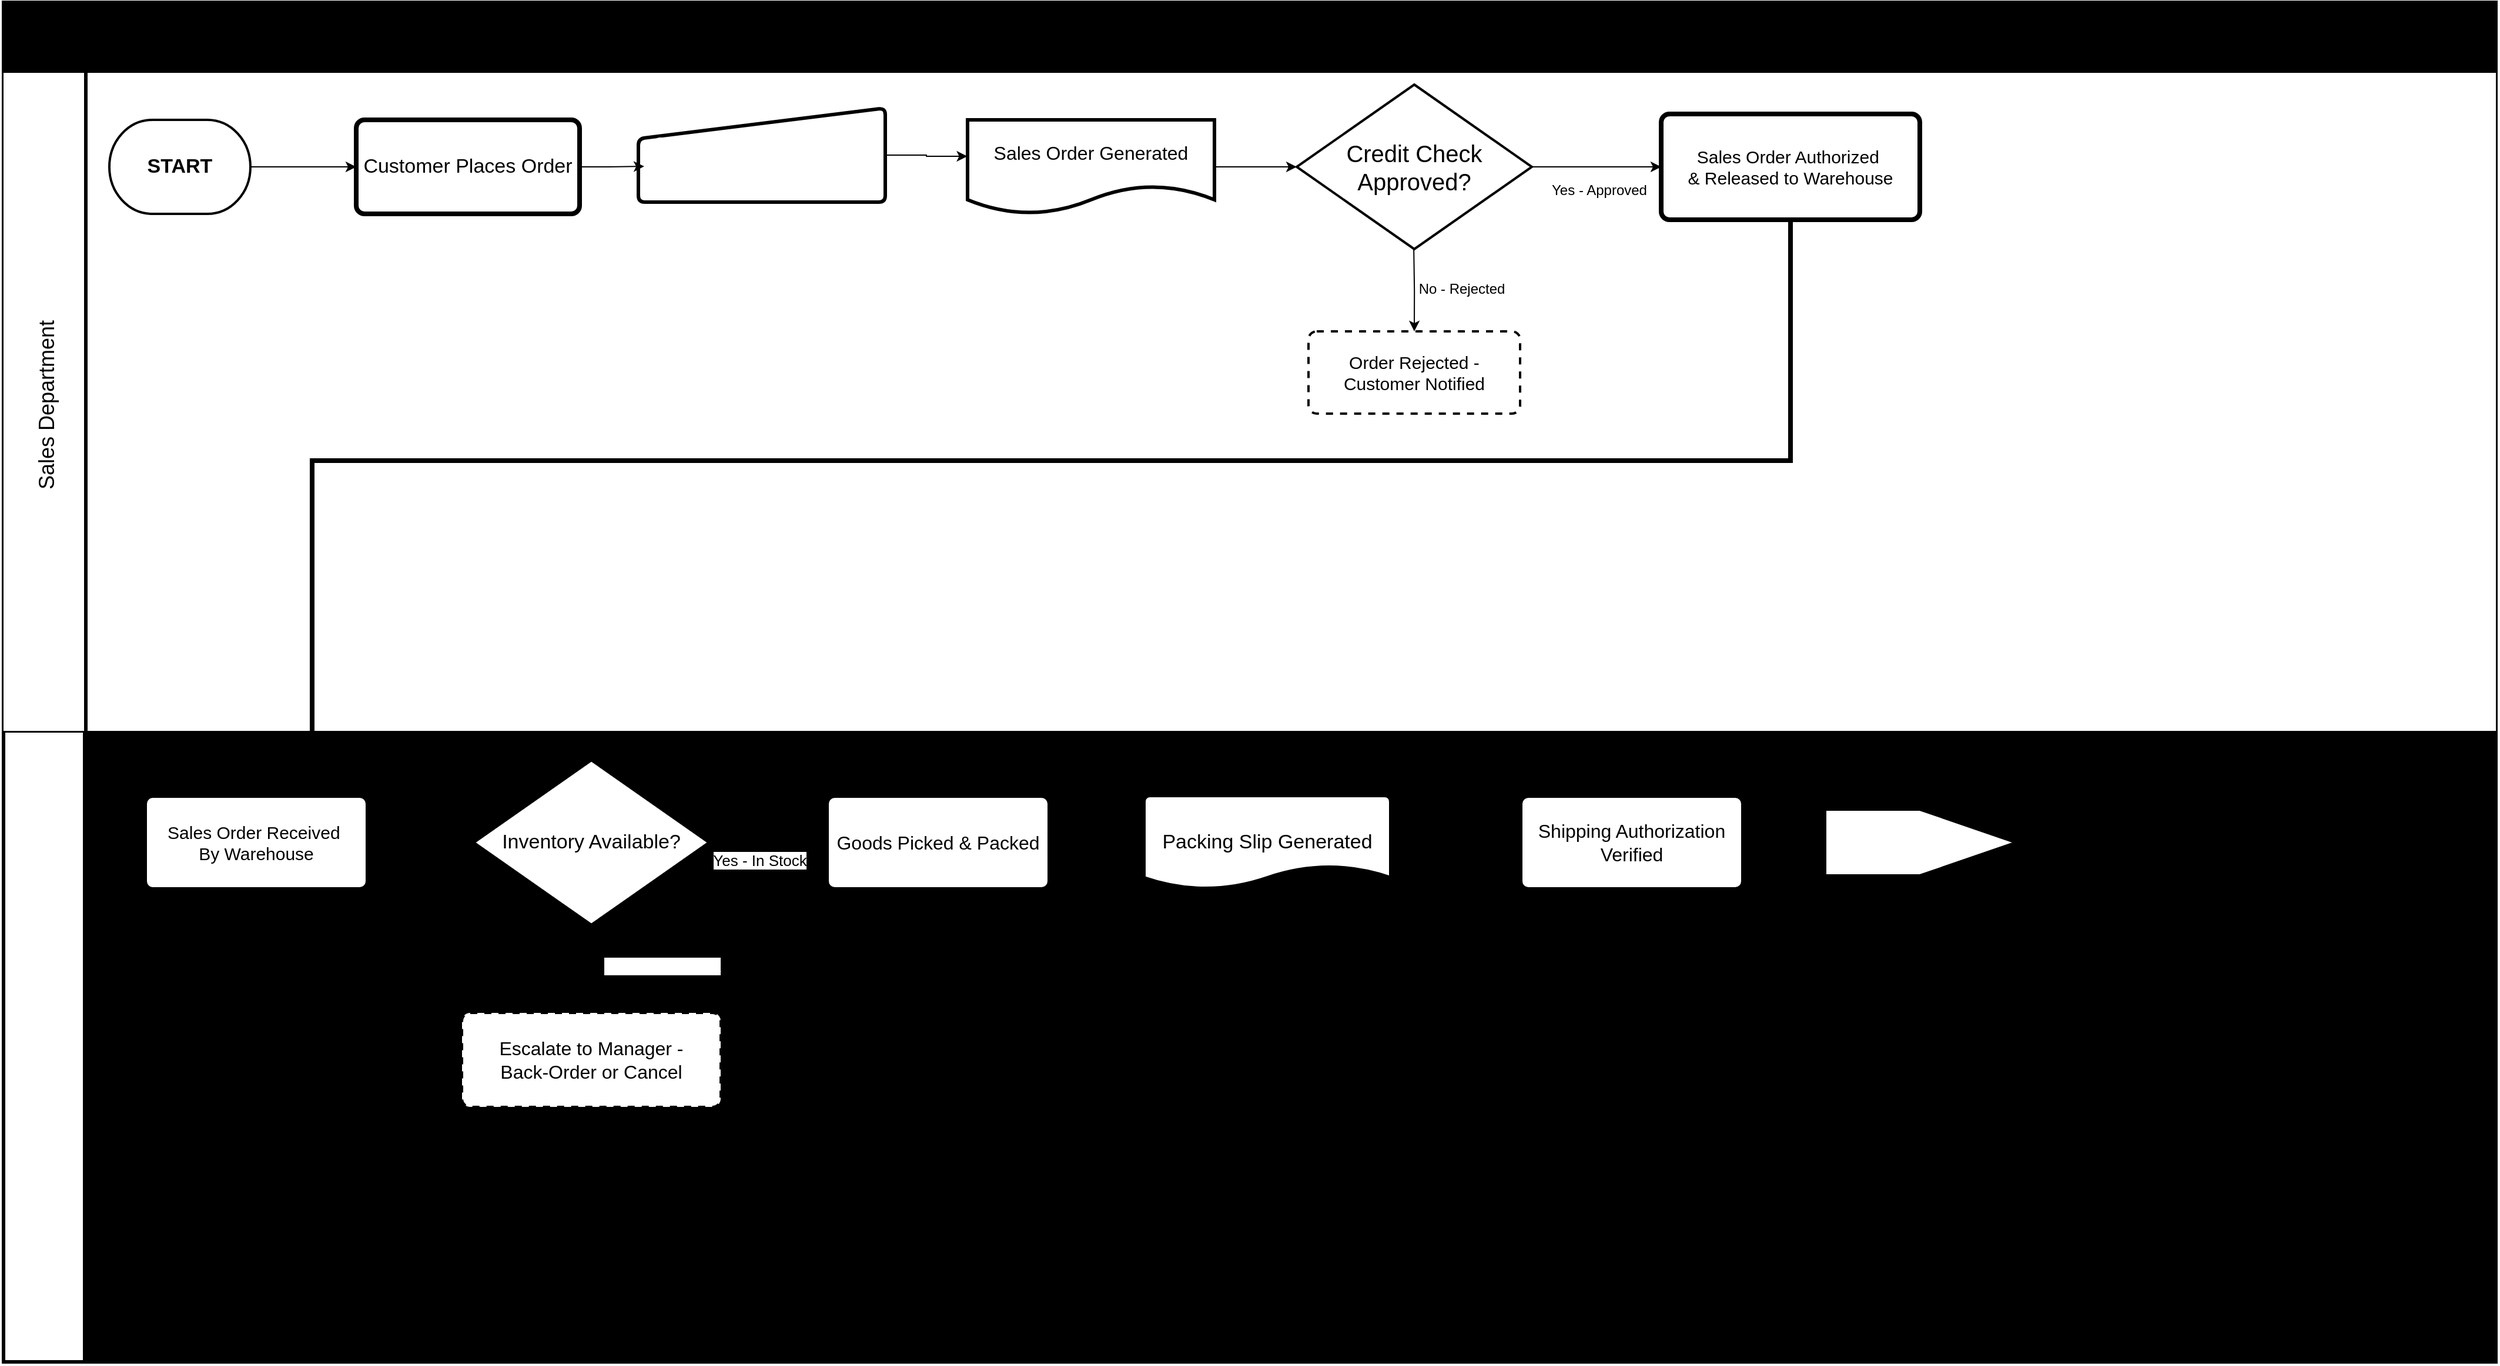
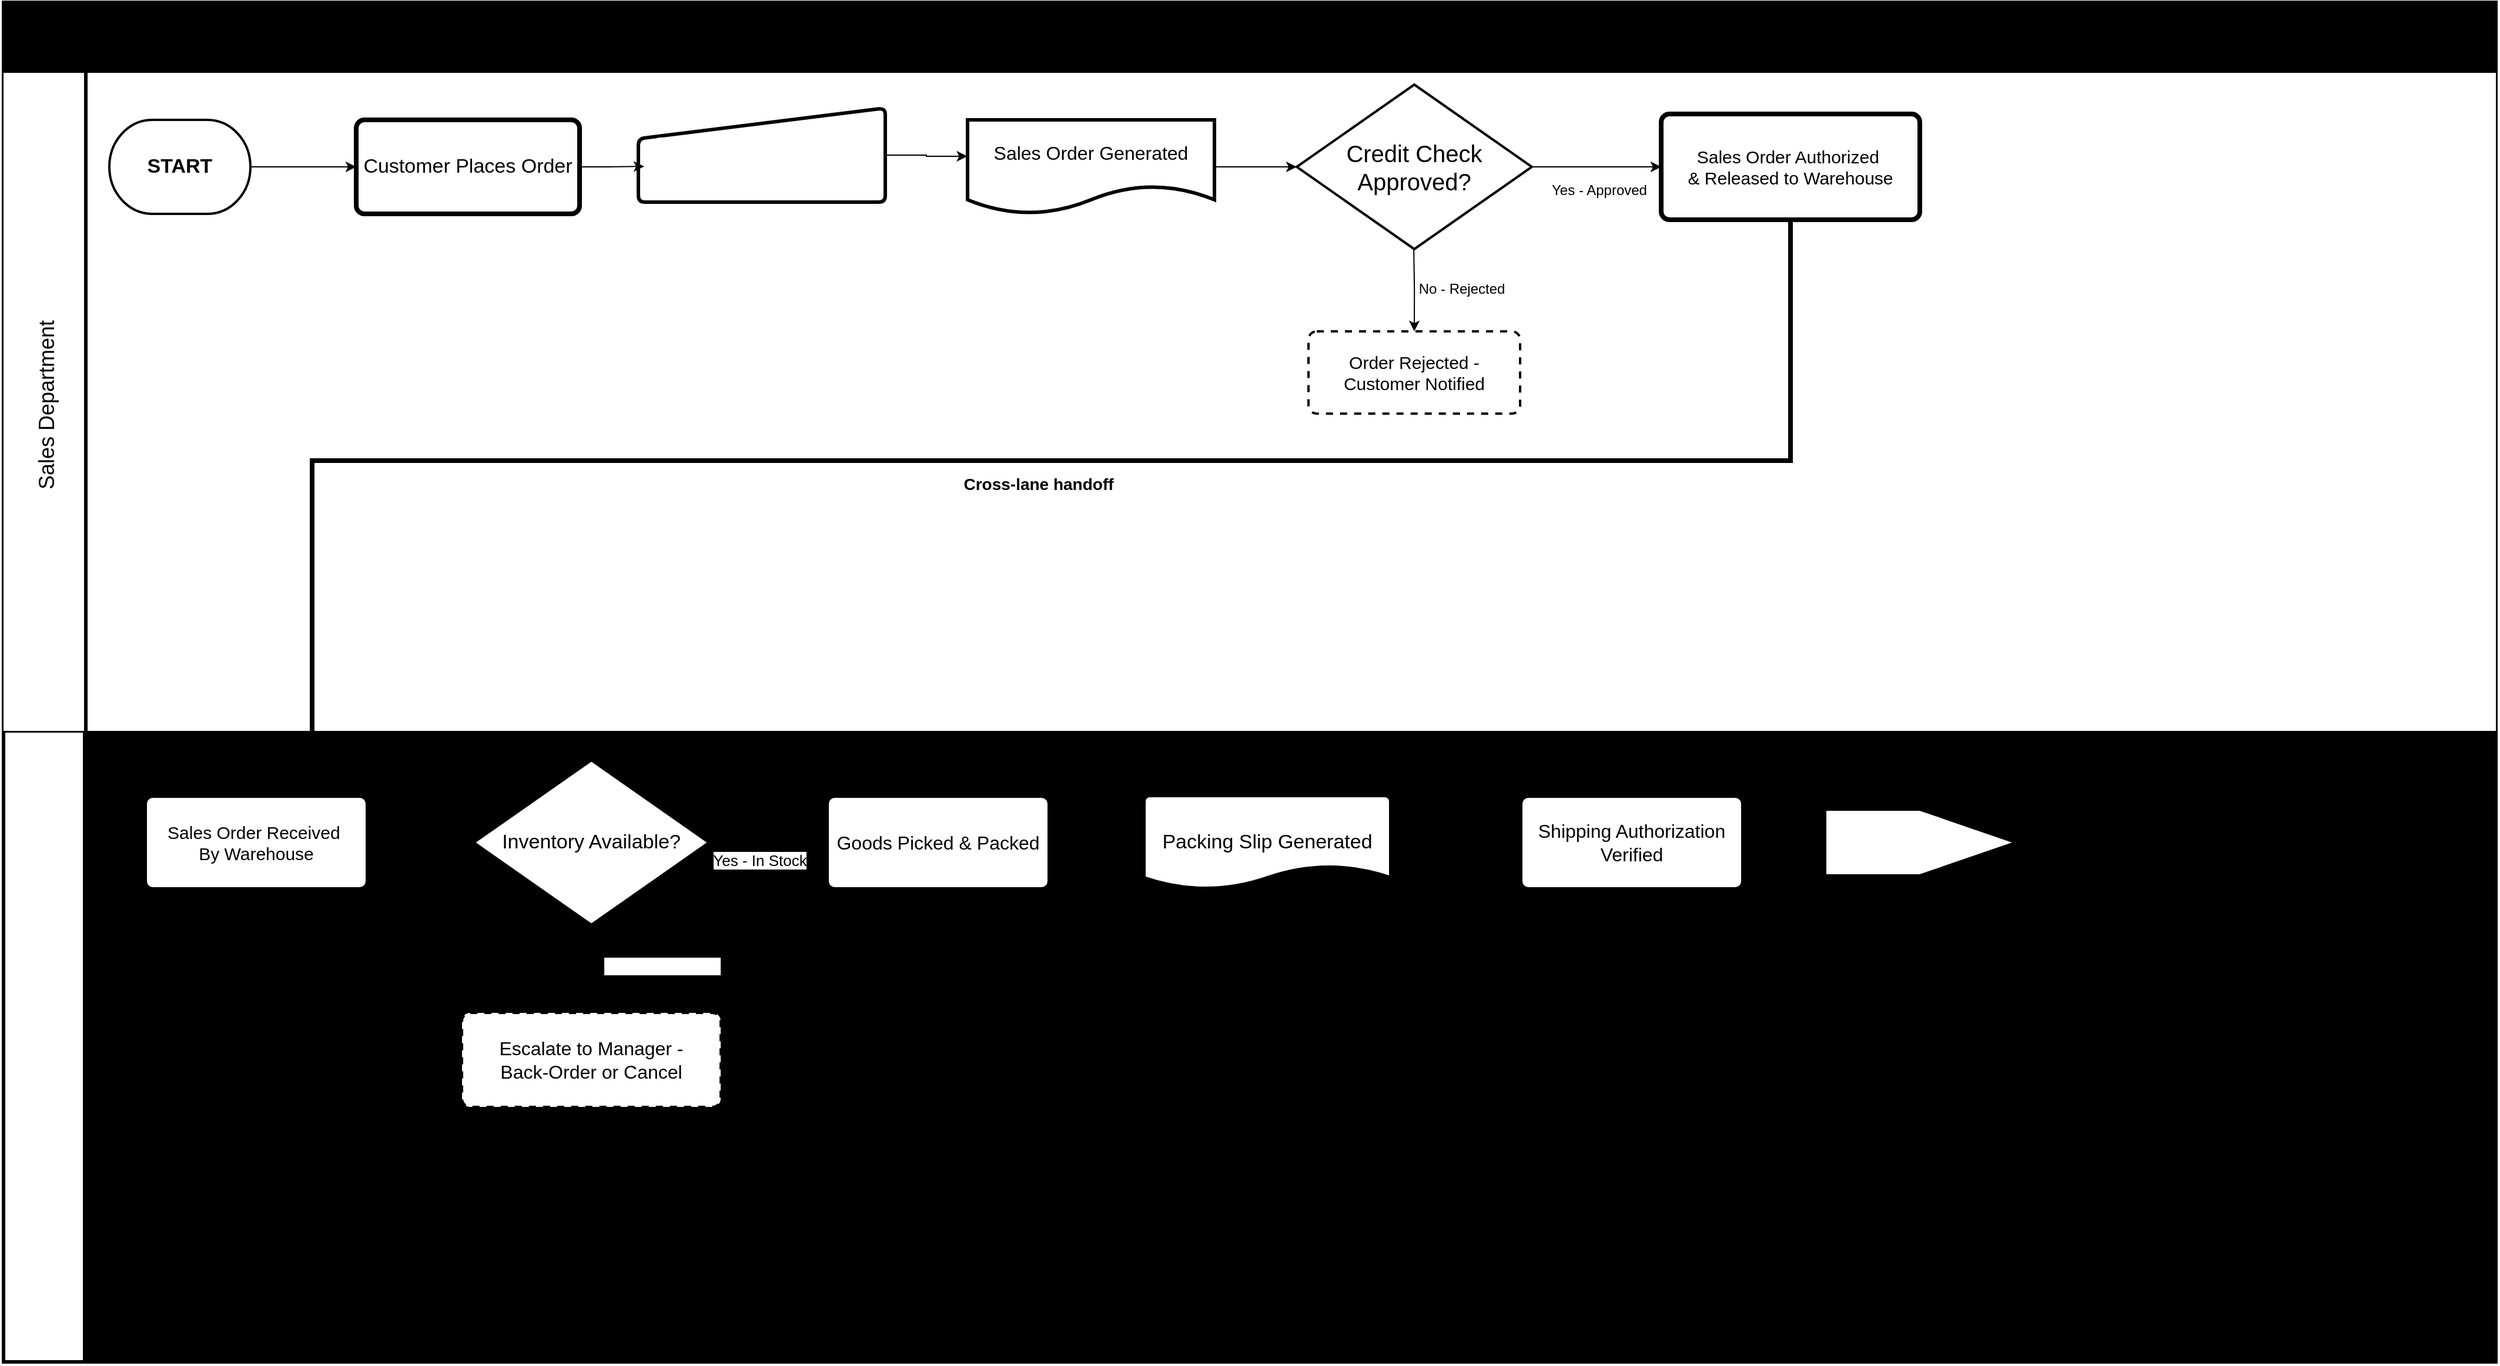
<mxfile host="app.diagrams.net" pages="2">
  <diagram name="Page-1" id="JuwPx92q4KAnNjeC5ImY">
    <mxGraphModel dx="9302" dy="6952" grid="1" gridSize="10" guides="1" tooltips="1" connect="1" arrows="1" fold="1" page="1" pageScale="1" pageWidth="1100" pageHeight="850" math="0" shadow="0">
      <root>
        <mxCell id="0" />
        <mxCell id="1" parent="0" />
        <mxCell id="NQ8u1UKUMeSrLokraIQ_-5" parent="1" style="shape=table;childLayout=tableLayout;startSize=60;collapsible=0;recursiveResize=0;expand=0;fontSize=23;fontColor=light-dark(#000000,#FF8000);fontStyle=1;labelBackgroundColor=none;labelBorderColor=none;fillColor=light-dark(#000000,#1A1A1A);strokeWidth=3;direction=east;perimeterSpacing=2;strokeColor=light-dark(#000000,#FFFFFF);" value="Kissena Bakery — Revenue Cycle (Order-to-Cash)" vertex="1">
          <mxGeometry height="1157" width="2120" x="-7660" y="-5930" as="geometry" />
        </mxCell>
        <mxCell id="NQ8u1UKUMeSrLokraIQ_-6" parent="NQ8u1UKUMeSrLokraIQ_-5" style="shape=tableRow;horizontal=0;swimlaneHead=0;swimlaneBody=0;top=0;left=0;strokeColor=inherit;bottom=0;right=0;dropTarget=0;fontStyle=0;fillColor=light-dark(#FFFFFF,#009900);points=[[0,0.5],[1,0.5]];portConstraint=eastwest;startSize=70;collapsible=0;recursiveResize=0;expand=0;fontSize=18;strokeWidth=3;labelBorderColor=none;rounded=0;swimlaneLine=1;swimlaneFillColor=light-dark(#FFFFFF,#000000);" value="Sales Department " vertex="1">
          <mxGeometry height="560" width="2120" y="60" as="geometry" />
        </mxCell>
        <mxCell id="NQ8u1UKUMeSrLokraIQ_-7" parent="NQ8u1UKUMeSrLokraIQ_-6" style="swimlane;swimlaneHead=0;swimlaneBody=0;fontStyle=0;strokeColor=inherit;connectable=0;fillColor=light-dark(transparent,#FFF4C3);startSize=0;collapsible=0;recursiveResize=0;expand=0;fontSize=16;fontColor=light-dark(#000000,#000000);strokeWidth=4;" value="" vertex="1">
          <mxGeometry height="560" width="2050" x="70" as="geometry">
            <mxRectangle height="560" width="2050" as="alternateBounds" />
          </mxGeometry>
        </mxCell>
        <mxCell id="NQ8u1UKUMeSrLokraIQ_-40" edge="1" parent="NQ8u1UKUMeSrLokraIQ_-7" source="NQ8u1UKUMeSrLokraIQ_-38" style="edgeStyle=orthogonalEdgeStyle;rounded=0;orthogonalLoop=1;jettySize=auto;html=1;exitX=1;exitY=0.5;exitDx=0;exitDy=0;exitPerimeter=0;entryX=0;entryY=0.5;entryDx=0;entryDy=0;" target="NQ8u1UKUMeSrLokraIQ_-39">
          <mxGeometry relative="1" as="geometry" />
        </mxCell>
        <mxCell id="NQ8u1UKUMeSrLokraIQ_-38" parent="NQ8u1UKUMeSrLokraIQ_-7" style="strokeWidth=2;html=1;shape=mxgraph.flowchart.terminator;whiteSpace=wrap;fillColor=light-dark(#FFFFFF,#99FF99);strokeColor=light-dark(#000000,#009900);" value="&lt;b&gt;&lt;font style=&quot;font-size: 17px; color: light-dark(rgb(0, 0, 0), rgb(0, 0, 0));&quot;&gt;START&lt;/font&gt;&lt;/b&gt;" vertex="1">
          <mxGeometry height="80" width="120" x="20" y="40" as="geometry" />
        </mxCell>
        <mxCell id="NQ8u1UKUMeSrLokraIQ_-39" parent="NQ8u1UKUMeSrLokraIQ_-7" style="rounded=1;whiteSpace=wrap;html=1;absoluteArcSize=1;arcSize=14;strokeWidth=4;fillColor=light-dark(#FFFFFF,#FFF2CC);strokeColor=light-dark(#000000,#6600CC);" value="&lt;font style=&quot;font-size: 17px; color: light-dark(rgb(0, 0, 0), rgb(0, 0, 0));&quot;&gt;Customer Places Order&lt;/font&gt;" vertex="1">
          <mxGeometry height="80" width="190" x="230" y="40" as="geometry" />
        </mxCell>
        <mxCell id="NQ8u1UKUMeSrLokraIQ_-42" parent="NQ8u1UKUMeSrLokraIQ_-7" style="html=1;strokeWidth=3;shape=manualInput;boundedLbl=1;whiteSpace=wrap;rounded=1;size=26;arcSize=11;fillColor=light-dark(#FFFFFF,#CCE5FF);strokeColor=light-dark(#000000,#3399FF);fontColor=light-dark(#000000,#000000);" value="&lt;font style=&quot;color: light-dark(rgb(255, 255, 255), rgb(0, 0, 0)); font-size: 16px;&quot;&gt;Order Details Entered into System&lt;/font&gt;" vertex="1">
          <mxGeometry height="80" width="210" x="470" y="30" as="geometry" />
        </mxCell>
        <mxCell id="NQ8u1UKUMeSrLokraIQ_-43" edge="1" parent="NQ8u1UKUMeSrLokraIQ_-7" source="NQ8u1UKUMeSrLokraIQ_-39" style="edgeStyle=orthogonalEdgeStyle;rounded=0;orthogonalLoop=1;jettySize=auto;html=1;exitX=1;exitY=0.5;exitDx=0;exitDy=0;entryX=0.024;entryY=0.62;entryDx=0;entryDy=0;entryPerimeter=0;endArrow=classic;endFill=1;" target="NQ8u1UKUMeSrLokraIQ_-42">
          <mxGeometry relative="1" as="geometry" />
        </mxCell>
        <mxCell id="NQ8u1UKUMeSrLokraIQ_-44" parent="NQ8u1UKUMeSrLokraIQ_-7" style="shape=document;whiteSpace=wrap;html=1;boundedLbl=1;fontFamily=Helvetica;fontSize=12;fontColor=light-dark(#000000,#000000);align=center;verticalAlign=middle;rounded=1;strokeColor=light-dark(#000000,#FF9933);strokeWidth=3;arcSize=11;fillColor=light-dark(#FFFFFF,#FFFF99);" value="&lt;font style=&quot;font-size: 16px;&quot;&gt;Sales Order Generated&lt;/font&gt;" vertex="1">
          <mxGeometry height="80" width="210" x="750" y="40" as="geometry" />
        </mxCell>
        <mxCell id="NQ8u1UKUMeSrLokraIQ_-45" edge="1" parent="NQ8u1UKUMeSrLokraIQ_-7" source="NQ8u1UKUMeSrLokraIQ_-42" style="edgeStyle=orthogonalEdgeStyle;rounded=0;orthogonalLoop=1;jettySize=auto;html=1;exitX=1;exitY=0.5;exitDx=0;exitDy=0;entryX=-0.001;entryY=0.388;entryDx=0;entryDy=0;entryPerimeter=0;" target="NQ8u1UKUMeSrLokraIQ_-44">
          <mxGeometry relative="1" as="geometry" />
        </mxCell>
        <mxCell id="NQ8u1UKUMeSrLokraIQ_-48" edge="1" parent="NQ8u1UKUMeSrLokraIQ_-7" style="edgeStyle=orthogonalEdgeStyle;rounded=0;orthogonalLoop=1;jettySize=auto;html=1;exitX=0.5;exitY=1;exitDx=0;exitDy=0;exitPerimeter=0;entryX=0.5;entryY=0;entryDx=0;entryDy=0;" target="NQ8u1UKUMeSrLokraIQ_-52">
          <mxGeometry relative="1" as="geometry">
            <mxPoint x="1129.57" y="150" as="sourcePoint" />
            <mxPoint x="1129.2842857142857" y="220" as="targetPoint" />
          </mxGeometry>
        </mxCell>
        <mxCell id="NQ8u1UKUMeSrLokraIQ_-50" connectable="0" parent="NQ8u1UKUMeSrLokraIQ_-48" style="edgeLabel;html=1;align=center;verticalAlign=middle;resizable=0;points=[];" value="&lt;font style=&quot;font-size: 12px; color: light-dark(rgb(0, 0, 0), rgb(255, 51, 51));&quot;&gt;No - Rejected&lt;/font&gt;" vertex="1">
          <mxGeometry relative="1" x="-0.0366" y="4" as="geometry">
            <mxPoint x="36" as="offset" />
          </mxGeometry>
        </mxCell>
        <mxCell id="NQ8u1UKUMeSrLokraIQ_-49" edge="1" parent="NQ8u1UKUMeSrLokraIQ_-7" source="NQ8u1UKUMeSrLokraIQ_-46" style="edgeStyle=orthogonalEdgeStyle;rounded=0;orthogonalLoop=1;jettySize=auto;html=1;exitX=1;exitY=0.5;exitDx=0;exitDy=0;exitPerimeter=0;entryX=0;entryY=0.5;entryDx=0;entryDy=0;" target="NQ8u1UKUMeSrLokraIQ_-53">
          <mxGeometry relative="1" as="geometry">
            <mxPoint x="1310" y="79.57142857142867" as="targetPoint" />
          </mxGeometry>
        </mxCell>
        <mxCell id="NQ8u1UKUMeSrLokraIQ_-51" connectable="0" parent="NQ8u1UKUMeSrLokraIQ_-49" style="edgeLabel;html=1;align=center;verticalAlign=middle;resizable=0;points=[];labelBackgroundColor=none;" value="&lt;font style=&quot;font-size: 12px; color: light-dark(rgb(0, 0, 0), rgb(0, 204, 0));&quot;&gt;Yes - Approved&lt;/font&gt;" vertex="1">
          <mxGeometry relative="1" x="-0.0053" y="-4" as="geometry">
            <mxPoint x="2" y="16" as="offset" />
          </mxGeometry>
        </mxCell>
        <mxCell id="NQ8u1UKUMeSrLokraIQ_-46" parent="NQ8u1UKUMeSrLokraIQ_-7" style="strokeWidth=2;html=1;shape=mxgraph.flowchart.decision;whiteSpace=wrap;fillColor=light-dark(#FFFFFF,#FF3333);strokeColor=light-dark(#000000,#990000);" value="&lt;font style=&quot;font-size: 20px;&quot;&gt;Credit Check Approved?&lt;/font&gt;" vertex="1">
          <mxGeometry height="140" width="200" x="1030" y="10" as="geometry" />
        </mxCell>
        <mxCell id="NQ8u1UKUMeSrLokraIQ_-47" edge="1" parent="NQ8u1UKUMeSrLokraIQ_-7" source="NQ8u1UKUMeSrLokraIQ_-44" style="edgeStyle=orthogonalEdgeStyle;rounded=0;orthogonalLoop=1;jettySize=auto;html=1;exitX=1;exitY=0.5;exitDx=0;exitDy=0;entryX=0;entryY=0.5;entryDx=0;entryDy=0;entryPerimeter=0;" target="NQ8u1UKUMeSrLokraIQ_-46">
          <mxGeometry relative="1" as="geometry" />
        </mxCell>
        <mxCell id="NQ8u1UKUMeSrLokraIQ_-52" parent="NQ8u1UKUMeSrLokraIQ_-7" style="rounded=1;whiteSpace=wrap;html=1;absoluteArcSize=1;arcSize=14;strokeWidth=2;dashed=1;fillColor=light-dark(#FFFFFF,#FF0000);strokeColor=light-dark(#000000,#FF6666);" value="&lt;font style=&quot;font-size: 15px;&quot;&gt;Order Rejected -&lt;/font&gt;&lt;div&gt;&lt;font style=&quot;font-size: 15px;&quot;&gt;Customer Notified&lt;/font&gt;&lt;/div&gt;" vertex="1">
          <mxGeometry height="70" width="180" x="1040" y="220" as="geometry" />
        </mxCell>
        <mxCell id="NQ8u1UKUMeSrLokraIQ_-53" parent="NQ8u1UKUMeSrLokraIQ_-7" style="rounded=1;whiteSpace=wrap;html=1;absoluteArcSize=1;arcSize=14;strokeWidth=4;fillColor=light-dark(#FFFFFF,#FFF2CC);strokeColor=light-dark(#000000,#6600CC);fontColor=default;align=center;verticalAlign=middle;fontFamily=Helvetica;fontSize=12;fontStyle=0;" value="&lt;font style=&quot;font-size: 15px; color: light-dark(rgb(0, 0, 0), rgb(0, 0, 0));&quot;&gt;Sales Order Authorized&amp;nbsp;&lt;/font&gt;&lt;div&gt;&lt;font style=&quot;font-size: 15px; color: light-dark(rgb(0, 0, 0), rgb(0, 0, 0));&quot;&gt;&amp;amp; Released to Warehouse&lt;/font&gt;&lt;/div&gt;" vertex="1">
          <mxGeometry height="90" width="220" x="1340" y="35" as="geometry" />
        </mxCell>
        <mxCell id="NQ8u1UKUMeSrLokraIQ_-10" parent="NQ8u1UKUMeSrLokraIQ_-5" style="shape=tableRow;horizontal=0;swimlaneHead=0;swimlaneBody=0;top=0;left=0;strokeColor=inherit;bottom=0;right=0;dropTarget=0;fontStyle=0;fillColor=light-dark(transparent,#007FFF);points=[[0,0.5],[1,0.5]];portConstraint=eastwest;startSize=70;collapsible=0;recursiveResize=0;expand=0;fontSize=19;strokeWidth=5;fontColor=light-dark(#FFFFFF,#FFFFFF);" value="Warehouse Department " vertex="1">
          <mxGeometry height="537" width="2120" y="620" as="geometry" />
        </mxCell>
        <mxCell id="NQ8u1UKUMeSrLokraIQ_-11" parent="NQ8u1UKUMeSrLokraIQ_-10" style="swimlane;swimlaneHead=0;swimlaneBody=0;fontStyle=0;connectable=0;strokeColor=inherit;fillColor=none;startSize=0;collapsible=0;recursiveResize=0;expand=0;fontSize=16;swimlaneFillColor=light-dark(#000000,#000000);strokeWidth=3;perimeterSpacing=0;gradientColor=none;" value="" vertex="1">
          <mxGeometry height="537" width="2050" x="70" as="geometry">
            <mxRectangle height="537" width="2050" as="alternateBounds" />
          </mxGeometry>
        </mxCell>
        <mxCell id="NQ8u1UKUMeSrLokraIQ_-56" parent="NQ8u1UKUMeSrLokraIQ_-11" style="rounded=1;whiteSpace=wrap;html=1;absoluteArcSize=1;arcSize=14;strokeWidth=4;strokeColor=light-dark(#000000,#6600CC);align=center;verticalAlign=middle;fontFamily=Helvetica;fontSize=15;fontColor=default;fillColor=light-dark(#FFFFFF,#FFF2CC);fontStyle=0;" value="&lt;span style=&quot;color: light-dark(rgb(0, 0, 0), rgb(0, 0, 0));&quot;&gt;Sales Order Received&amp;nbsp;&lt;/span&gt;&lt;div&gt;&lt;span style=&quot;color: light-dark(rgb(0, 0, 0), rgb(0, 0, 0));&quot;&gt;By Warehouse&lt;/span&gt;&lt;/div&gt;" vertex="1">
          <mxGeometry height="80" width="190" x="50" y="55" as="geometry" />
        </mxCell>
        <mxCell id="LMVtd4R09UDzkpf2iaQf-2" edge="1" parent="NQ8u1UKUMeSrLokraIQ_-11" source="NQ8u1UKUMeSrLokraIQ_-59" style="edgeStyle=orthogonalEdgeStyle;rounded=0;orthogonalLoop=1;jettySize=auto;html=1;exitX=1;exitY=0.5;exitDx=0;exitDy=0;exitPerimeter=0;entryX=0;entryY=0.5;entryDx=0;entryDy=0;" target="LMVtd4R09UDzkpf2iaQf-9">
          <mxGeometry relative="1" as="geometry">
            <mxPoint x="620" y="95.28571428571445" as="targetPoint" />
          </mxGeometry>
        </mxCell>
        <mxCell id="LMVtd4R09UDzkpf2iaQf-4" connectable="0" parent="LMVtd4R09UDzkpf2iaQf-2" style="edgeLabel;html=1;align=center;verticalAlign=middle;resizable=0;points=[];fontSize=13;" value="&lt;span style=&quot;color: light-dark(rgb(0, 0, 0), rgb(51, 255, 51));&quot;&gt;Yes - In Stock&lt;/span&gt;" vertex="1">
          <mxGeometry relative="1" x="-0.2152" y="-3" as="geometry">
            <mxPoint x="4" y="12" as="offset" />
          </mxGeometry>
        </mxCell>
        <mxCell id="LMVtd4R09UDzkpf2iaQf-3" edge="1" parent="NQ8u1UKUMeSrLokraIQ_-11" source="LMVtd4R09UDzkpf2iaQf-6" style="edgeStyle=orthogonalEdgeStyle;rounded=0;orthogonalLoop=1;jettySize=auto;html=1;exitX=0.5;exitY=0;exitDx=0;exitDy=0;entryX=0.5;entryY=0;entryDx=0;entryDy=0;" target="LMVtd4R09UDzkpf2iaQf-6">
          <mxGeometry relative="1" as="geometry">
            <mxPoint x="429.7142857142858" y="230" as="targetPoint" />
          </mxGeometry>
        </mxCell>
        <mxCell id="LMVtd4R09UDzkpf2iaQf-5" connectable="0" parent="LMVtd4R09UDzkpf2iaQf-3" style="edgeLabel;html=1;align=center;verticalAlign=middle;resizable=0;points=[];fontSize=13;" value="&lt;span style=&quot;color: light-dark(rgb(255, 255, 255), rgb(255, 0, 0));&quot;&gt;No - Out of Stock&lt;/span&gt;" vertex="1">
          <mxGeometry relative="1" x="-0.116" y="-2" as="geometry">
            <mxPoint x="60" y="-40" as="offset" />
          </mxGeometry>
        </mxCell>
        <mxCell id="LMVtd4R09UDzkpf2iaQf-8" edge="1" parent="NQ8u1UKUMeSrLokraIQ_-11" source="NQ8u1UKUMeSrLokraIQ_-59" style="edgeStyle=orthogonalEdgeStyle;rounded=0;orthogonalLoop=1;jettySize=auto;html=1;exitX=0.5;exitY=1;exitDx=0;exitDy=0;exitPerimeter=0;entryX=0.5;entryY=0;entryDx=0;entryDy=0;" target="LMVtd4R09UDzkpf2iaQf-6">
          <mxGeometry relative="1" as="geometry" />
        </mxCell>
        <mxCell id="NQ8u1UKUMeSrLokraIQ_-59" parent="NQ8u1UKUMeSrLokraIQ_-11" style="strokeWidth=2;html=1;shape=mxgraph.flowchart.decision;whiteSpace=wrap;strokeColor=light-dark(#000000,#990000);align=center;verticalAlign=middle;fontFamily=Helvetica;fontSize=12;fontColor=default;fillColor=light-dark(#FFFFFF,#FF3333);fontStyle=0;" value="&lt;font style=&quot;font-size: 17px;&quot;&gt;Inventory Available?&lt;/font&gt;" vertex="1">
          <mxGeometry height="140" width="200" x="330" y="25" as="geometry" />
        </mxCell>
        <mxCell id="LMVtd4R09UDzkpf2iaQf-1" edge="1" parent="NQ8u1UKUMeSrLokraIQ_-11" source="NQ8u1UKUMeSrLokraIQ_-56" style="edgeStyle=orthogonalEdgeStyle;rounded=0;orthogonalLoop=1;jettySize=auto;html=1;exitX=1;exitY=0.5;exitDx=0;exitDy=0;entryX=0;entryY=0.5;entryDx=0;entryDy=0;entryPerimeter=0;" target="NQ8u1UKUMeSrLokraIQ_-59">
          <mxGeometry relative="1" as="geometry" />
        </mxCell>
        <mxCell id="LMVtd4R09UDzkpf2iaQf-6" parent="NQ8u1UKUMeSrLokraIQ_-11" style="rounded=1;whiteSpace=wrap;html=1;absoluteArcSize=1;arcSize=14;strokeWidth=2;dashed=1;strokeColor=light-dark(#000000,#FF6666);align=center;verticalAlign=middle;fontFamily=Helvetica;fontSize=12;fontColor=default;fillColor=light-dark(#FFFFFF,#FF0000);" value="&lt;font style=&quot;font-size: 16px;&quot;&gt;Escalate to Manager -&lt;/font&gt;&lt;div&gt;&lt;font style=&quot;font-size: 16px;&quot;&gt;Back-Order or Cancel&lt;/font&gt;&lt;/div&gt;" vertex="1">
          <mxGeometry height="80" width="220" x="320" y="240" as="geometry" />
        </mxCell>
        <mxCell id="LMVtd4R09UDzkpf2iaQf-9" parent="NQ8u1UKUMeSrLokraIQ_-11" style="rounded=1;whiteSpace=wrap;html=1;absoluteArcSize=1;arcSize=14;strokeWidth=4;strokeColor=light-dark(#000000,#6600CC);align=center;verticalAlign=middle;fontFamily=Helvetica;fontSize=15;fontColor=default;fontStyle=0;fillColor=light-dark(#FFFFFF,#FFF2CC);" value="&lt;font style=&quot;font-size: 16px; color: light-dark(rgb(0, 0, 0), rgb(0, 0, 0));&quot;&gt;Goods Picked &amp;amp; Packed&lt;/font&gt;" vertex="1">
          <mxGeometry height="80" width="190" x="630" y="55" as="geometry" />
        </mxCell>
        <mxCell id="LMVtd4R09UDzkpf2iaQf-14" edge="1" parent="NQ8u1UKUMeSrLokraIQ_-11" source="LMVtd4R09UDzkpf2iaQf-11" style="edgeStyle=orthogonalEdgeStyle;rounded=0;orthogonalLoop=1;jettySize=auto;html=1;exitX=1;exitY=0.5;exitDx=0;exitDy=0;exitPerimeter=0;entryX=0;entryY=0.5;entryDx=0;entryDy=0;" target="LMVtd4R09UDzkpf2iaQf-13">
          <mxGeometry relative="1" as="geometry" />
        </mxCell>
        <mxCell id="LMVtd4R09UDzkpf2iaQf-11" parent="NQ8u1UKUMeSrLokraIQ_-11" style="strokeWidth=3;html=1;shape=mxgraph.flowchart.document2;whiteSpace=wrap;size=0.25;rounded=1;strokeColor=light-dark(#000000,#FF9933);align=center;verticalAlign=middle;arcSize=11;fontFamily=Helvetica;fontSize=12;fontColor=light-dark(#000000,#000000);fillColor=light-dark(#FFFFFF,#FFFF99);fontStyle=0;" value="&lt;font style=&quot;font-size: 17px;&quot;&gt;Packing Slip Generated&lt;/font&gt;" vertex="1">
          <mxGeometry height="80" width="210" x="900" y="55" as="geometry" />
        </mxCell>
        <mxCell id="LMVtd4R09UDzkpf2iaQf-12" edge="1" parent="NQ8u1UKUMeSrLokraIQ_-11" source="LMVtd4R09UDzkpf2iaQf-9" style="edgeStyle=orthogonalEdgeStyle;rounded=0;orthogonalLoop=1;jettySize=auto;html=1;exitX=1;exitY=0.5;exitDx=0;exitDy=0;entryX=0;entryY=0.5;entryDx=0;entryDy=0;entryPerimeter=0;" target="LMVtd4R09UDzkpf2iaQf-11">
          <mxGeometry relative="1" as="geometry" />
        </mxCell>
        <mxCell id="LMVtd4R09UDzkpf2iaQf-18" edge="1" parent="NQ8u1UKUMeSrLokraIQ_-11" source="LMVtd4R09UDzkpf2iaQf-13" style="edgeStyle=orthogonalEdgeStyle;rounded=0;orthogonalLoop=1;jettySize=auto;html=1;exitX=1;exitY=0.5;exitDx=0;exitDy=0;entryX=0.5;entryY=0;entryDx=0;entryDy=0;" target="LMVtd4R09UDzkpf2iaQf-15">
          <mxGeometry relative="1" as="geometry" />
        </mxCell>
        <mxCell id="LMVtd4R09UDzkpf2iaQf-13" parent="NQ8u1UKUMeSrLokraIQ_-11" style="rounded=1;whiteSpace=wrap;html=1;absoluteArcSize=1;arcSize=14;strokeWidth=4;strokeColor=light-dark(#000000,#6600CC);align=center;verticalAlign=middle;fontFamily=Helvetica;fontSize=15;fontColor=default;fontStyle=0;fillColor=light-dark(#FFFFFF,#FFF2CC);" value="&lt;font style=&quot;font-size: 16px; color: light-dark(rgb(0, 0, 0), rgb(0, 0, 0));&quot;&gt;Shipping Authorization Verified&lt;/font&gt;" vertex="1">
          <mxGeometry height="80" width="190" x="1220" y="55" as="geometry" />
        </mxCell>
        <mxCell id="LMVtd4R09UDzkpf2iaQf-15" parent="NQ8u1UKUMeSrLokraIQ_-11" style="verticalLabelPosition=bottom;verticalAlign=top;html=1;shape=offPageConnector;rounded=0;size=0.5;direction=north;" value="&lt;font style=&quot;font-size: 14px; color: light-dark(rgb(0, 0, 0), rgb(0, 127, 255));&quot;&gt;--&amp;gt; Continued Page 2&lt;/font&gt;" vertex="1">
          <mxGeometry height="55" width="160" x="1480" y="67.5" as="geometry" />
        </mxCell>
        <mxCell id="NQ8u1UKUMeSrLokraIQ_-57" edge="1" parent="NQ8u1UKUMeSrLokraIQ_-5" source="NQ8u1UKUMeSrLokraIQ_-53" style="edgeStyle=orthogonalEdgeStyle;rounded=0;orthogonalLoop=1;jettySize=auto;html=1;exitX=0.5;exitY=1;exitDx=0;exitDy=0;entryX=0.75;entryY=0;entryDx=0;entryDy=0;fontColor=light-dark(#000000,#00CC00);strokeWidth=4;strokeColor=light-dark(#000000,#00FF00);" target="NQ8u1UKUMeSrLokraIQ_-56">
          <mxGeometry relative="1" as="geometry">
            <Array as="points">
              <mxPoint x="1520" y="390" />
              <mxPoint x="262" y="390" />
            </Array>
          </mxGeometry>
        </mxCell>
+         <mxCell id="IQ0tzG178icWLvpFkpBK-1" connectable="0" parent="NQ8u1UKUMeSrLokraIQ_-57" style="edgeLabel;html=1;align=center;verticalAlign=middle;resizable=0;points=[];fontSize=14;fontStyle=1" value="&lt;font&gt;Cross-lane hando&lt;/font&gt;ff" vertex="1">
+           <mxGeometry relative="1" x="0.1582" y="5" as="geometry">
+             <mxPoint x="167" y="15" as="offset" />
+           </mxGeometry>
+         </mxCell>
      </root>
    </mxGraphModel>
  </diagram>
  <diagram id="Lt2uOAXinN6M3lQ1_bZ1" name="Page 2">
    <mxGraphModel dx="961" dy="601" grid="1" gridSize="10" guides="1" tooltips="1" connect="1" arrows="1" fold="1" page="1" pageScale="1" pageWidth="1100" pageHeight="850" math="0" shadow="0">
      <root>
        <mxCell id="0" />
        <mxCell id="1" parent="0" />
        <mxCell id="kTi92M1A_U-DH4yxQuNy-5" parent="1" style="swimlane;startSize=40;horizontal=0;html=1;fillColor=light-dark(#FFFFFF,#007FFF);swimlaneFillColor=default;" value="&lt;font style=&quot;font-weight: normal; font-size: 14px;&quot;&gt;Warehouse Department&lt;/font&gt;" vertex="1">
          <mxGeometry height="210" width="1050" x="20" y="20" as="geometry" />
        </mxCell>
        <mxCell id="Q23-AGLQl7H3DGw6xpkb-1" edge="1" parent="kTi92M1A_U-DH4yxQuNy-5" source="NPYen-UkyxPZtTwgnnEa-1" style="edgeStyle=orthogonalEdgeStyle;rounded=0;orthogonalLoop=1;jettySize=auto;html=1;exitX=0.5;exitY=1;exitDx=0;exitDy=0;entryX=0;entryY=0.5;entryDx=0;entryDy=0;" target="NPYen-UkyxPZtTwgnnEa-2">
          <mxGeometry relative="1" as="geometry" />
        </mxCell>
        <mxCell id="NPYen-UkyxPZtTwgnnEa-1" parent="kTi92M1A_U-DH4yxQuNy-5" style="verticalLabelPosition=bottom;verticalAlign=top;html=1;shape=offPageConnector;rounded=0;size=0.5;direction=north;" value="&lt;font style=&quot;font-size: 14px; color: light-dark(rgb(0, 0, 0), rgb(0, 127, 255));&quot;&gt;--&amp;gt; Continued Page 2&lt;/font&gt;" vertex="1">
          <mxGeometry height="40" width="130" x="90" y="20" as="geometry" />
        </mxCell>
        <mxCell id="NPYen-UkyxPZtTwgnnEa-2" parent="kTi92M1A_U-DH4yxQuNy-5" style="rounded=1;whiteSpace=wrap;html=1;absoluteArcSize=1;arcSize=14;strokeWidth=4;strokeColor=light-dark(#000000,#6600CC);align=center;verticalAlign=middle;fontFamily=Helvetica;fontSize=15;fontColor=default;fontStyle=0;fillColor=light-dark(#FFFFFF,#FFF2CC);" value="&lt;font style=&quot;font-size: 14px; color: light-dark(rgb(0, 0, 0), rgb(0, 0, 0));&quot;&gt;Goods Dispatched to Customer&lt;/font&gt;" vertex="1">
          <mxGeometry height="60" width="150" x="280" y="10" as="geometry" />
        </mxCell>
        <mxCell id="Q23-AGLQl7H3DGw6xpkb-2" parent="1" style="swimlane;startSize=40;horizontal=0;html=1;fillColor=light-dark(#FFFFFF,#FF8000);swimlaneFillColor=default;" value="&lt;font style=&quot;font-weight: normal; font-size: 15px;&quot; face=&quot;Helvetica&quot;&gt;Billing / Accounts Receivables&lt;/font&gt;" vertex="1">
          <mxGeometry height="360" width="1050" x="20" y="230" as="geometry" />
        </mxCell>
+         <mxCell id="-tiwl1B9BAxMId6FkL8K-1" parent="Q23-AGLQl7H3DGw6xpkb-2" style="rounded=1;whiteSpace=wrap;html=1;absoluteArcSize=1;arcSize=14;strokeWidth=4;strokeColor=light-dark(#000000,#6600CC);align=center;verticalAlign=middle;fontFamily=Helvetica;fontSize=15;fontColor=default;fontStyle=0;fillColor=light-dark(#FFFFFF,#FFF2CC);" value="&lt;span style=&quot;color: light-dark(rgb(0, 0, 0), rgb(0, 0, 0));&quot;&gt;&lt;font style=&quot;font-size: 13px;&quot;&gt;Dispatch Confirmation Received&lt;/font&gt;&lt;/span&gt;" vertex="1">
+           <mxGeometry height="60" width="150" x="90" y="20" as="geometry" />
+         </mxCell>
+         <mxCell id="xOJxT5fjYgac6r_nMEQC-1" edge="1" parent="1" source="NPYen-UkyxPZtTwgnnEa-2" style="edgeStyle=orthogonalEdgeStyle;rounded=0;orthogonalLoop=1;jettySize=auto;html=1;exitX=0.5;exitY=1;exitDx=0;exitDy=0;entryX=0.5;entryY=0;entryDx=0;entryDy=0;strokeColor=light-dark(#000000,#33FF33);strokeWidth=3;" target="-tiwl1B9BAxMId6FkL8K-1">
+           <mxGeometry relative="1" as="geometry" />
+         </mxCell>
      </root>
    </mxGraphModel>
  </diagram>
</mxfile>
